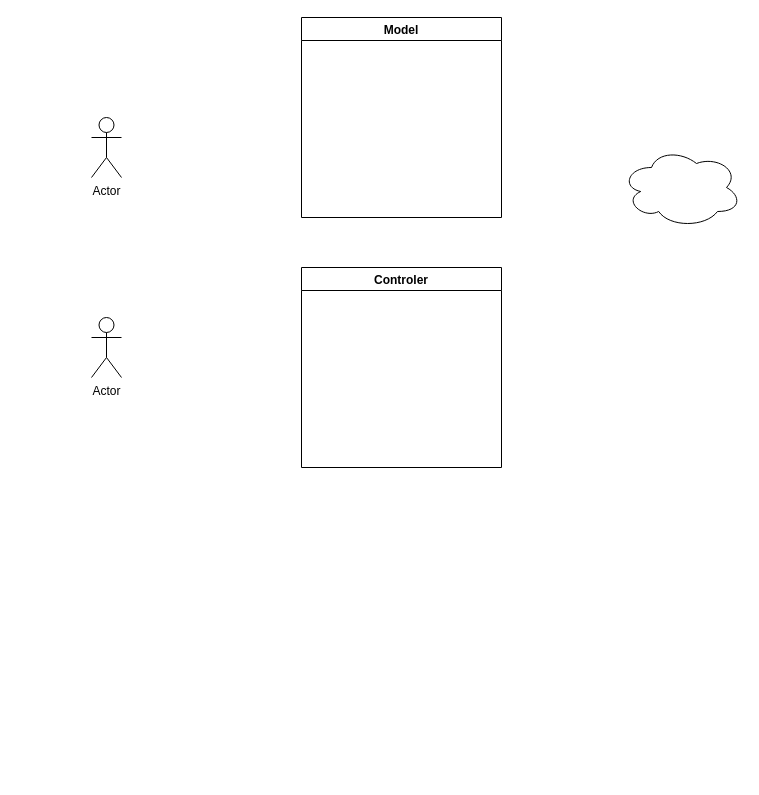
dmm813/meuchade keeps this draw.io diagram as uml/Untitled Diagram.drawio. Above is the earlier version. Source tidied: cells renumbered, new cells numbered last; positions are measured from the earlier drawing's top-left corner, leaving out a move shared by most shapes. Both pictures are drawn from the tidied source at 100%, with x=0, y=0 at pixel (91, 17).
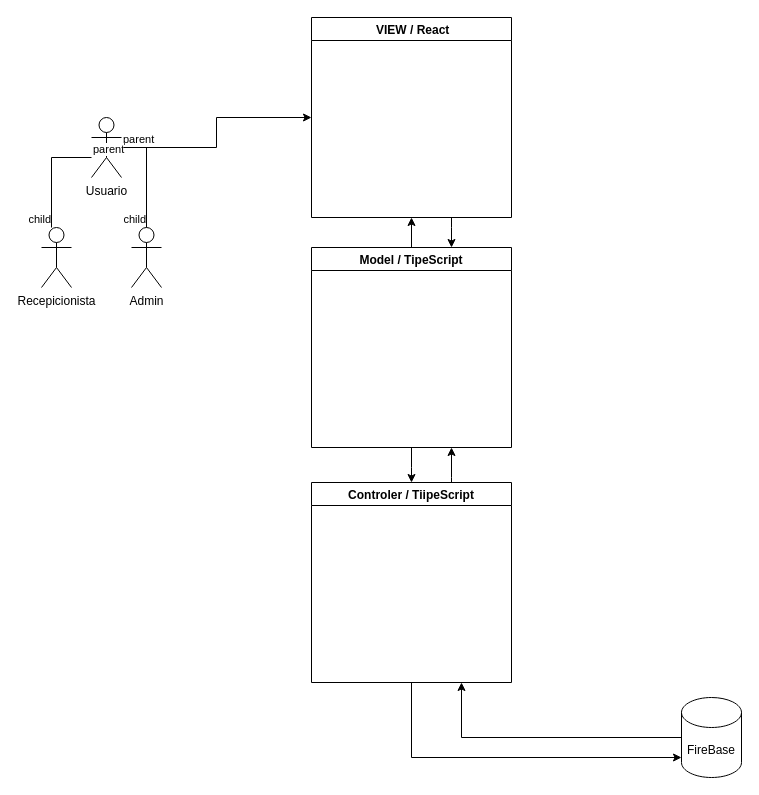
Above is the later version.

The edit, as a diff of the source:
```diff
@@
+    <mxCell id="7" style="edgeStyle=orthogonalEdgeStyle;rounded=0;jettySize=auto;html=1;entryX=0;entryY=0.5;entryDx=0;entryDy=0;" parent="1" edge="1" source="2" target="15">
+      <mxGeometry relative="1" as="geometry" />
+    </mxCell>
-    <mxCell id="2" value="Actor" style="shape=umlActor;verticalLabelPosition=bottom;verticalAlign=top;html=1;outlineConnect=0;" parent="1" vertex="1">
+    <mxCell id="2" value="Usuario" style="shape=umlActor;verticalLabelPosition=bottom;verticalAlign=top;html=1;outlineConnect=0;" parent="1" vertex="1">
       <mxGeometry y="100" width="30" height="60" as="geometry" />
     </mxCell>
-    <mxCell id="3" value="Actor" style="shape=umlActor;verticalLabelPosition=bottom;verticalAlign=top;html=1;" parent="1" vertex="1">
-      <mxGeometry y="300" width="30" height="60" as="geometry" />
-    </mxCell>
+    <mxCell id="8" style="edgeStyle=orthogonalEdgeStyle;rounded=0;jettySize=auto;html=1;entryX=0.5;entryY=0;entryDx=0;entryDy=0;" parent="1" edge="1" source="4" target="5">
+      <mxGeometry relative="1" as="geometry">
+        <Array as="points">
+          <mxPoint x="320" y="450" />
+          <mxPoint x="320" y="450" />
+        </Array>
+      </mxGeometry>
+    </mxCell>
+    <mxCell id="9" style="edgeStyle=orthogonalEdgeStyle;rounded=0;jettySize=auto;html=1;entryX=0.5;entryY=1;entryDx=0;entryDy=0;" parent="1" edge="1" source="4" target="15">
+      <mxGeometry relative="1" as="geometry" />
+    </mxCell>
-    <mxCell id="4" value="Model" style="swimlane;" parent="1" vertex="1">
-      <mxGeometry x="210" width="200" height="200" as="geometry" />
+    <mxCell id="4" value="Model / TipeScript" style="swimlane;" parent="1" vertex="1">
+      <mxGeometry x="220" y="230" width="200" height="200" as="geometry" />
     </mxCell>
+    <mxCell id="10" style="edgeStyle=orthogonalEdgeStyle;rounded=0;jettySize=auto;html=1;" parent="1" edge="1" source="5" target="13">
+      <mxGeometry relative="1" as="geometry">
+        <Array as="points">
+          <mxPoint x="320" y="740" />
+        </Array>
+      </mxGeometry>
+    </mxCell>
+    <mxCell id="11" style="edgeStyle=orthogonalEdgeStyle;rounded=0;jettySize=auto;html=1;" parent="1" edge="1" source="5">
+      <mxGeometry relative="1" as="geometry">
+        <mxPoint x="360" y="430" as="targetPoint" />
+        <Array as="points">
+          <mxPoint x="360" y="460" />
+          <mxPoint x="360" y="460" />
+        </Array>
+      </mxGeometry>
+    </mxCell>
-    <mxCell id="5" value="Controler" style="swimlane;" parent="1" vertex="1">
-      <mxGeometry x="210" y="250" width="200" height="200" as="geometry" />
+    <mxCell id="5" value="Controler / TiipeScript" style="swimlane;startSize=23;" parent="1" vertex="1">
+      <mxGeometry x="220" y="465" width="200" height="200" as="geometry" />
     </mxCell>
-    <mxCell id="6" style="ellipse;shape=cloud;whiteSpace=wrap;html=1;" parent="1" vertex="1">
-      <mxGeometry x="530" y="130" width="120" height="80" as="geometry" />
-    </mxCell>
+    <mxCell id="12" style="edgeStyle=orthogonalEdgeStyle;rounded=0;jettySize=auto;html=1;entryX=0.75;entryY=1;entryDx=0;entryDy=0;" parent="1" edge="1" source="13" target="5">
+      <mxGeometry relative="1" as="geometry">
+        <Array as="points">
+          <mxPoint x="370" y="720" />
+        </Array>
+      </mxGeometry>
+    </mxCell>
+    <mxCell id="13" value="FireBase" style="shape=cylinder3;whiteSpace=wrap;html=1;boundedLbl=1;backgroundOutline=1;size=15;" parent="1" vertex="1">
+      <mxGeometry x="590" y="680" width="60" height="80" as="geometry" />
+    </mxCell>
+    <mxCell id="14" style="edgeStyle=orthogonalEdgeStyle;rounded=0;jettySize=auto;html=1;" parent="1" edge="1" source="15" target="4">
+      <mxGeometry relative="1" as="geometry">
+        <Array as="points">
+          <mxPoint x="360" y="210" />
+          <mxPoint x="360" y="210" />
+        </Array>
+      </mxGeometry>
+    </mxCell>
+    <mxCell id="15" value=" VIEW / React" style="swimlane;" parent="1" vertex="1">
+      <mxGeometry x="220" width="200" height="200" as="geometry" />
+    </mxCell>
+    <mxCell id="16" value="Recepicionista" style="shape=umlActor;verticalLabelPosition=bottom;verticalAlign=top;html=1;outlineConnect=0;" parent="1" vertex="1">
+      <mxGeometry x="-50" y="210" width="30" height="60" as="geometry" />
+    </mxCell>
+    <mxCell id="17" value="Admin&lt;br&gt;" style="shape=umlActor;verticalLabelPosition=bottom;verticalAlign=top;html=1;outlineConnect=0;" parent="1" vertex="1">
+      <mxGeometry x="40" y="210" width="30" height="60" as="geometry" />
+    </mxCell>
+    <mxCell id="18" style="endArrow=none;html=1;edgeStyle=orthogonalEdgeStyle;rounded=0;" parent="1" edge="1" source="2" target="17">
+      <mxGeometry relative="1" as="geometry" />
+    </mxCell>
+    <mxCell id="19" value="parent" style="edgeLabel;html=1;align=left;verticalAlign=bottom;" parent="18" vertex="1">
+      <mxGeometry x="-1" relative="1" as="geometry" />
+    </mxCell>
+    <mxCell id="20" value="child" style="edgeLabel;html=1;align=right;verticalAlign=bottom;" parent="18" vertex="1">
+      <mxGeometry x="1" relative="1" as="geometry" />
+    </mxCell>
+    <mxCell id="21" style="endArrow=none;html=1;edgeStyle=orthogonalEdgeStyle;rounded=0;" parent="1" edge="1" source="2" target="16">
+      <mxGeometry relative="1" as="geometry">
+        <Array as="points">
+          <mxPoint x="-40" y="140" />
+        </Array>
+      </mxGeometry>
+    </mxCell>
+    <mxCell id="22" value="parent" style="edgeLabel;html=1;align=left;verticalAlign=bottom;" parent="21" vertex="1">
+      <mxGeometry x="-1" relative="1" as="geometry" />
+    </mxCell>
+    <mxCell id="23" value="child" style="edgeLabel;html=1;align=right;verticalAlign=bottom;" parent="21" vertex="1">
+      <mxGeometry x="1" relative="1" as="geometry" />
+    </mxCell>
```
